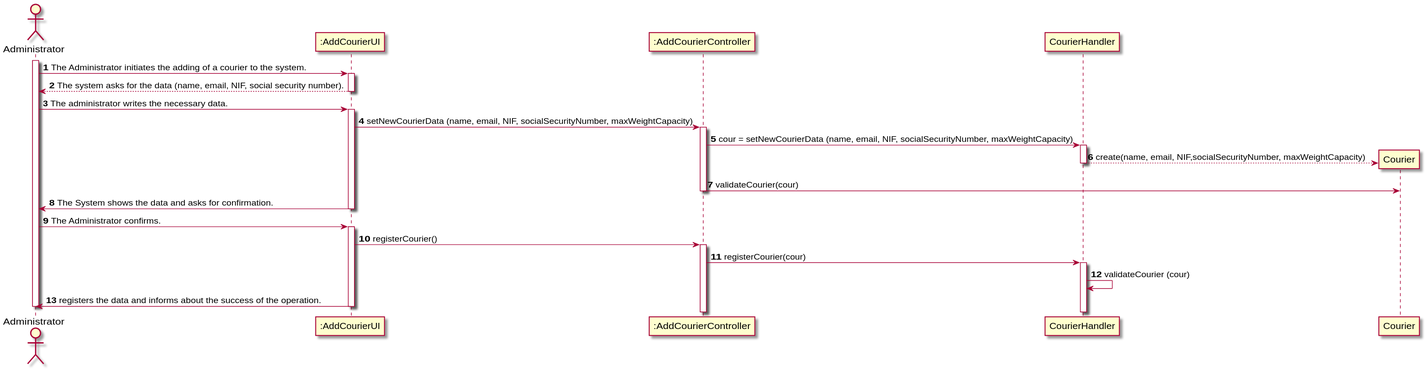
Above: Documents/UC4/UC4_SD.svg in 1190452/LAPR3 (PlantUML), before the change.
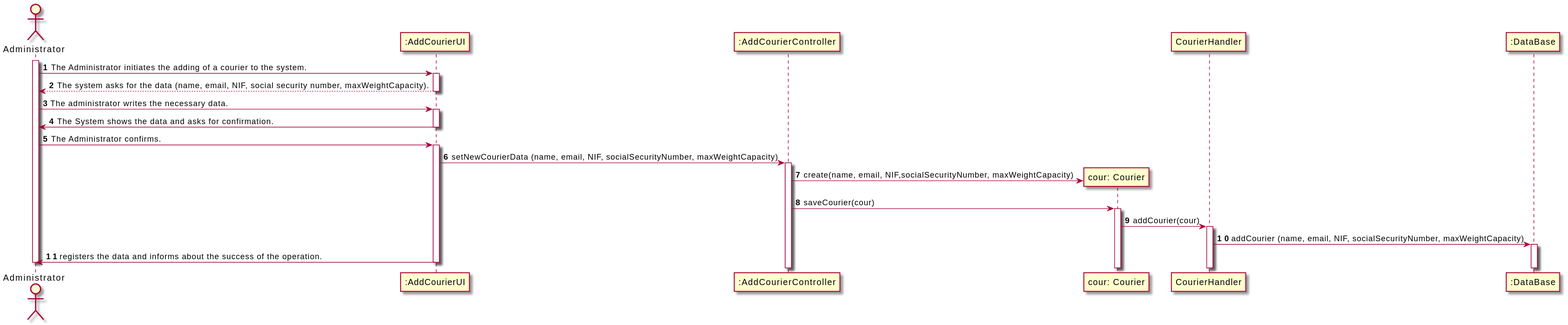
Above is the later version.

Commit message:
AUCMN1-93 #start-progress Add courier [Design]

Diff of the diagram source:
```diff
@@ -4,47 +4,42 @@
 
 participant ":AddCourierUI" as UI
 participant ":AddCourierController" as CTRL
-participant "CourierHandler" as PHARM
-participant "Courier" as COUR
+participant "cour: Courier" as COUCOU
+participant "CourierHandler" as HANDLER
+participant ":DataBase" as DB
 
 
 activate ADM
 ADM -> UI : The Administrator initiates the adding of a courier to the system.
 activate UI
 
-UI --> ADM : The system asks for the data (name, email, NIF, social security number).
+UI --> ADM : The system asks for the data (name, email, NIF, social security number, maxWeightCapacity).
 
 deactivate UI
 
 ADM -> UI : The administrator writes the necessary data.
 activate UI
 
-UI -> CTRL : setNewCourierData (name, email, NIF, socialSecurityNumber, maxWeightCapacity)
-activate CTRL
-
-CTRL -> PHARM : cour = setNewCourierData (name, email, NIF, socialSecurityNumber, maxWeightCapacity)
-activate PHARM
-
-PHARM --> COUR ** : create(name, email, NIF,socialSecurityNumber, maxWeightCapacity)
-deactivate PHARM
-
-CTRL -> COUR: validateCourier(cour)
-deactivate CTRL
-
 UI -> ADM : The System shows the data and asks for confirmation.
 deactivate UI
-
 
 ADM -> UI : The Administrator confirms.
 activate UI
 
-UI -> CTRL: registerCourier()
+UI -> CTRL : setNewCourierData (name, email, NIF, socialSecurityNumber, maxWeightCapacity)
 activate CTRL
 
-CTRL -> PHARM : registerCourier(cour)
-activate PHARM
+CTRL -> COUCOU ** :  create(name, email, NIF,socialSecurityNumber, maxWeightCapacity)
+CTRL -> COUCOU  : saveCourier(cour)
+activate COUCOU
 
-PHARM -> PHARM : validateCourier (cour)
+COUCOU -> HANDLER : addCourier(cour)
+activate HANDLER
+
+HANDLER -> DB : addCourier (name, email, NIF, socialSecurityNumber, maxWeightCapacity)
+activate DB
+
+
 
 UI -> ADM : registers the data and informs about the success of the operation.
 
```
